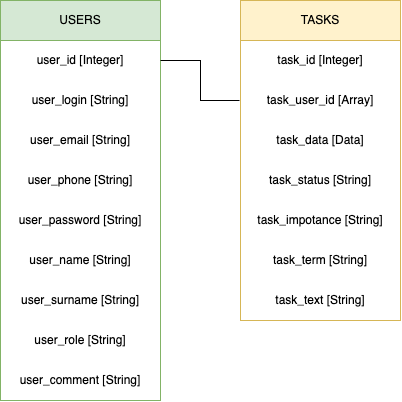
This is avito-crm.drawio.png from sasha-kolosov/avito-crm, a draw.io export, as it was before one commit. Source tidied: cells renumbered, new cells last; positions are measured from the earlier drawing's top-left corner, leaving out a move shared by most shapes.
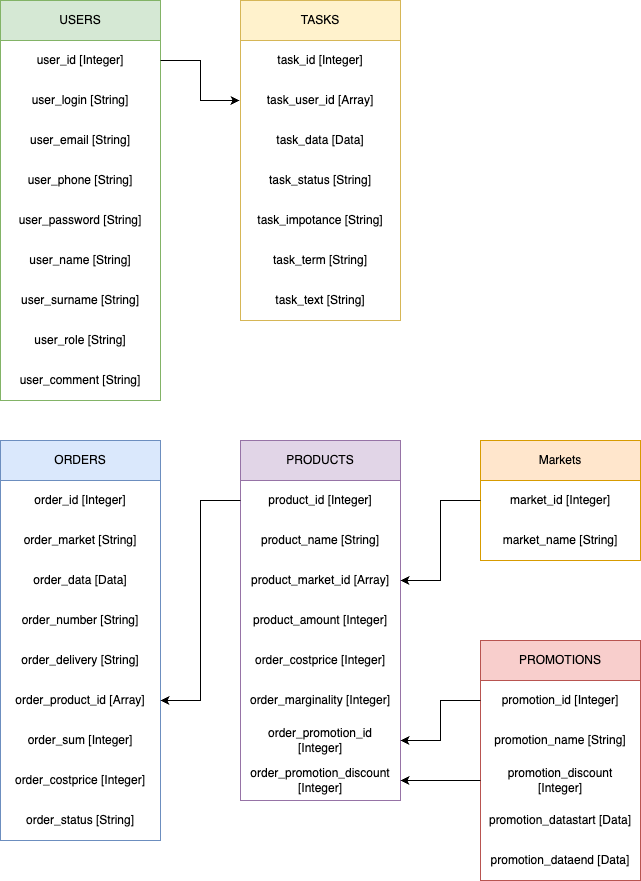
After the change.

Diff of the diagram source:
```diff
@@ -26,7 +26,7 @@
     <mxCell id="9" value="user_surname&amp;nbsp;[String]" style="text;strokeColor=none;fillColor=none;align=center;verticalAlign=middle;spacingLeft=4;spacingRight=4;overflow=hidden;whiteSpace=wrap;html=1;shadow=0;" parent="2" vertex="1">
       <mxGeometry y="280" width="160" height="40" as="geometry" />
     </mxCell>
-    <mxCell id="10" value="user_role&amp;nbsp;[String]" style="text;strokeColor=none;fillColor=none;align=center;verticalAlign=middle;spacingLeft=4;spacingRight=4;overflow=hidden;whiteSpace=wrap;html=1;shadow=0;" parent="2" vertex="1">
+    <mxCell id="10" value="user_role&amp;nbsp;[String&lt;span style=&quot;background-color: initial;&quot;&gt;]&lt;/span&gt;" style="text;strokeColor=none;fillColor=none;align=center;verticalAlign=middle;spacingLeft=4;spacingRight=4;overflow=hidden;whiteSpace=wrap;html=1;shadow=0;" parent="2" vertex="1">
       <mxGeometry y="320" width="160" height="40" as="geometry" />
     </mxCell>
     <mxCell id="11" value="user_comment [String]" style="text;strokeColor=none;fillColor=none;align=center;verticalAlign=middle;spacingLeft=4;spacingRight=4;overflow=hidden;whiteSpace=wrap;html=1;shadow=0;" parent="2" vertex="1">
@@ -56,13 +56,104 @@
     <mxCell id="19" value="task_text&amp;nbsp;[String]" style="text;strokeColor=none;fillColor=none;align=center;verticalAlign=middle;spacingLeft=4;spacingRight=4;overflow=hidden;whiteSpace=wrap;html=1;" parent="12" vertex="1">
       <mxGeometry y="280" width="160" height="40" as="geometry" />
     </mxCell>
+    <mxCell id="21" value="ORDERS" style="swimlane;fontStyle=0;horizontal=1;startSize=40;whiteSpace=wrap;html=1;fillColor=#dae8fc;strokeColor=#6c8ebf;" parent="1" vertex="1">
+      <mxGeometry y="440" width="160" height="400" as="geometry" />
+    </mxCell>
+    <mxCell id="22" value="order_id [Integer]" style="text;strokeColor=none;fillColor=none;align=center;verticalAlign=middle;spacingLeft=4;spacingRight=4;overflow=hidden;whiteSpace=wrap;html=1;" parent="21" vertex="1">
+      <mxGeometry y="40" width="160" height="40" as="geometry" />
+    </mxCell>
+    <mxCell id="23" value="order_market [String]" style="text;strokeColor=none;fillColor=none;align=center;verticalAlign=middle;spacingLeft=4;spacingRight=4;overflow=hidden;whiteSpace=wrap;html=1;" parent="21" vertex="1">
+      <mxGeometry y="80" width="160" height="40" as="geometry" />
+    </mxCell>
+    <mxCell id="24" value="order_data [Data]" style="text;strokeColor=none;fillColor=none;align=center;verticalAlign=middle;spacingLeft=4;spacingRight=4;overflow=hidden;whiteSpace=wrap;html=1;" parent="21" vertex="1">
+      <mxGeometry y="120" width="160" height="40" as="geometry" />
+    </mxCell>
+    <mxCell id="25" value="order_number&amp;nbsp;[String]" style="text;strokeColor=none;fillColor=none;align=center;verticalAlign=middle;spacingLeft=4;spacingRight=4;overflow=hidden;whiteSpace=wrap;html=1;" parent="21" vertex="1">
+      <mxGeometry y="160" width="160" height="40" as="geometry" />
+    </mxCell>
+    <mxCell id="26" value="order_delivery&amp;nbsp;[String]" style="text;strokeColor=none;fillColor=none;align=center;verticalAlign=middle;spacingLeft=4;spacingRight=4;overflow=hidden;whiteSpace=wrap;html=1;" parent="21" vertex="1">
+      <mxGeometry y="200" width="160" height="40" as="geometry" />
+    </mxCell>
+    <mxCell id="27" value="order_product_id [Array]" style="text;strokeColor=none;fillColor=none;align=center;verticalAlign=middle;spacingLeft=4;spacingRight=4;overflow=hidden;points=[[0,0.5],[1,0.5]];portConstraint=eastwest;whiteSpace=wrap;html=1;" parent="21" vertex="1">
+      <mxGeometry y="240" width="160" height="40" as="geometry" />
+    </mxCell>
+    <mxCell id="28" value="order_sum [Integer]" style="text;strokeColor=none;fillColor=none;align=center;verticalAlign=middle;spacingLeft=4;spacingRight=4;overflow=hidden;whiteSpace=wrap;html=1;" parent="21" vertex="1">
+      <mxGeometry y="280" width="160" height="40" as="geometry" />
+    </mxCell>
+    <mxCell id="29" value="order_costprice [Integer]" style="text;strokeColor=none;fillColor=none;align=center;verticalAlign=middle;spacingLeft=4;spacingRight=4;overflow=hidden;whiteSpace=wrap;html=1;" parent="21" vertex="1">
+      <mxGeometry y="320" width="160" height="40" as="geometry" />
+    </mxCell>
+    <mxCell id="30" value="order_status [String]" style="text;strokeColor=none;fillColor=none;align=center;verticalAlign=middle;spacingLeft=4;spacingRight=4;overflow=hidden;whiteSpace=wrap;html=1;" parent="21" vertex="1">
+      <mxGeometry y="360" width="160" height="40" as="geometry" />
+    </mxCell>
+    <mxCell id="31" value="PRODUCTS" style="swimlane;fontStyle=0;horizontal=1;startSize=40;whiteSpace=wrap;html=1;fillColor=#e1d5e7;strokeColor=#9673a6;" parent="1" vertex="1">
+      <mxGeometry x="240" y="440" width="160" height="360" as="geometry" />
+    </mxCell>
+    <mxCell id="32" value="product_id [Integer]" style="text;strokeColor=none;fillColor=none;align=center;verticalAlign=middle;spacingLeft=4;spacingRight=4;overflow=hidden;points=[[0,0.5],[1,0.5]];portConstraint=eastwest;whiteSpace=wrap;html=1;" parent="31" vertex="1">
+      <mxGeometry y="40" width="160" height="40" as="geometry" />
+    </mxCell>
+    <mxCell id="33" value="product_name [String]" style="text;strokeColor=none;fillColor=none;align=center;verticalAlign=middle;spacingLeft=4;spacingRight=4;overflow=hidden;whiteSpace=wrap;html=1;" parent="31" vertex="1">
+      <mxGeometry y="80" width="160" height="40" as="geometry" />
+    </mxCell>
+    <mxCell id="34" value="product_market_id [Array]" style="text;strokeColor=none;fillColor=none;align=center;verticalAlign=middle;spacingLeft=4;spacingRight=4;overflow=hidden;points=[[0,0.5],[1,0.5]];portConstraint=eastwest;whiteSpace=wrap;html=1;" parent="31" vertex="1">
+      <mxGeometry y="120" width="160" height="40" as="geometry" />
+    </mxCell>
+    <mxCell id="35" value="product_amount [Integer]" style="text;strokeColor=none;fillColor=none;align=center;verticalAlign=middle;spacingLeft=4;spacingRight=4;overflow=hidden;whiteSpace=wrap;html=1;" parent="31" vertex="1">
+      <mxGeometry y="160" width="160" height="40" as="geometry" />
+    </mxCell>
+    <mxCell id="36" value="order_costprice [Integer]" style="text;strokeColor=none;fillColor=none;align=center;verticalAlign=middle;spacingLeft=4;spacingRight=4;overflow=hidden;whiteSpace=wrap;html=1;" parent="31" vertex="1">
+      <mxGeometry y="200" width="160" height="40" as="geometry" />
+    </mxCell>
+    <mxCell id="37" value="order_marginality [Integer]" style="text;strokeColor=none;fillColor=none;align=center;verticalAlign=middle;spacingLeft=4;spacingRight=4;overflow=hidden;whiteSpace=wrap;html=1;" parent="31" vertex="1">
+      <mxGeometry y="240" width="160" height="40" as="geometry" />
+    </mxCell>
+    <mxCell id="38" value="order_promotion_id [Integer]" style="text;strokeColor=none;fillColor=none;align=center;verticalAlign=middle;spacingLeft=4;spacingRight=4;overflow=hidden;points=[[0,0.5],[1,0.5]];portConstraint=eastwest;whiteSpace=wrap;html=1;" parent="31" vertex="1">
+      <mxGeometry y="280" width="160" height="40" as="geometry" />
+    </mxCell>
+    <mxCell id="39" value="order_promotion_discount [Integer]" style="text;strokeColor=none;fillColor=none;align=center;verticalAlign=middle;spacingLeft=4;spacingRight=4;overflow=hidden;points=[[0,0.5],[1,0.5]];portConstraint=eastwest;whiteSpace=wrap;html=1;" parent="31" vertex="1">
+      <mxGeometry y="320" width="160" height="40" as="geometry" />
+    </mxCell>
+    <mxCell id="40" style="edgeStyle=orthogonalEdgeStyle;rounded=0;jettySize=auto;html=1;" parent="1" edge="1" source="32" target="27">
+      <mxGeometry relative="1" as="geometry" />
+    </mxCell>
-    <mxCell id="20" style="endArrow=none;html=1;rounded=0;exitX=1;exitY=0.5;exitDx=0;exitDy=0;entryX=0;entryY=0.5;entryDx=0;entryDy=0;" parent="1" edge="1" source="3" target="14">
-      <mxGeometry relative="1" as="geometry">
-        <Array as="points">
-          <mxPoint x="200" y="60" />
-          <mxPoint x="200" y="100" />
-        </Array>
-      </mxGeometry>
+    <mxCell id="20" style="edgeStyle=orthogonalEdgeStyle;rounded=0;jettySize=auto;html=1;" parent="1" edge="1" source="3" target="14">
+      <mxGeometry relative="1" as="geometry" />
     </mxCell>
+    <mxCell id="41" value="PROMOTIONS" style="swimlane;fontStyle=0;horizontal=1;startSize=40;whiteSpace=wrap;html=1;fillColor=#f8cecc;strokeColor=#b85450;" parent="1" vertex="1">
+      <mxGeometry x="480" y="640" width="160" height="240" as="geometry" />
+    </mxCell>
+    <mxCell id="42" value="promotion_id [Integer]" style="text;strokeColor=none;fillColor=none;align=center;verticalAlign=middle;spacingLeft=4;spacingRight=4;overflow=hidden;points=[[0,0.5],[1,0.5]];portConstraint=eastwest;whiteSpace=wrap;html=1;" parent="41" vertex="1">
+      <mxGeometry y="40" width="160" height="40" as="geometry" />
+    </mxCell>
+    <mxCell id="43" value="promotion_name [String]" style="text;strokeColor=none;fillColor=none;align=center;verticalAlign=middle;spacingLeft=4;spacingRight=4;overflow=hidden;whiteSpace=wrap;html=1;" parent="41" vertex="1">
+      <mxGeometry y="80" width="160" height="40" as="geometry" />
+    </mxCell>
+    <mxCell id="44" value="promotion_discount [Integer]" style="text;strokeColor=none;fillColor=none;align=center;verticalAlign=middle;spacingLeft=4;spacingRight=4;overflow=hidden;points=[[0,0.5],[1,0.5]];portConstraint=eastwest;whiteSpace=wrap;html=1;" parent="41" vertex="1">
+      <mxGeometry y="120" width="160" height="40" as="geometry" />
+    </mxCell>
+    <mxCell id="45" value="promotion_datastart [Data]" style="text;strokeColor=none;fillColor=none;align=center;verticalAlign=middle;spacingLeft=4;spacingRight=4;overflow=hidden;whiteSpace=wrap;html=1;" parent="41" vertex="1">
+      <mxGeometry y="160" width="160" height="40" as="geometry" />
+    </mxCell>
+    <mxCell id="46" value="promotion_dataend [Data]" style="text;strokeColor=none;fillColor=none;align=center;verticalAlign=middle;spacingLeft=4;spacingRight=4;overflow=hidden;whiteSpace=wrap;html=1;" parent="41" vertex="1">
+      <mxGeometry y="200" width="160" height="40" as="geometry" />
+    </mxCell>
+    <mxCell id="47" style="edgeStyle=orthogonalEdgeStyle;rounded=0;jettySize=auto;html=1;" parent="1" edge="1" source="42" target="38">
+      <mxGeometry relative="1" as="geometry" />
+    </mxCell>
+    <mxCell id="48" style="edgeStyle=orthogonalEdgeStyle;rounded=0;jettySize=auto;html=1;" parent="1" edge="1" source="44" target="39">
+      <mxGeometry relative="1" as="geometry" />
+    </mxCell>
+    <mxCell id="49" value="Markets" style="swimlane;fontStyle=0;horizontal=1;startSize=40;whiteSpace=wrap;html=1;fillColor=#ffe6cc;strokeColor=#d79b00;" parent="1" vertex="1">
+      <mxGeometry x="480" y="440" width="160" height="120" as="geometry" />
+    </mxCell>
+    <mxCell id="50" value="market_id [Integer]" style="text;strokeColor=none;fillColor=none;align=center;verticalAlign=middle;spacingLeft=4;spacingRight=4;overflow=hidden;points=[[0,0.5],[1,0.5]];portConstraint=eastwest;whiteSpace=wrap;html=1;" parent="49" vertex="1">
+      <mxGeometry y="40" width="160" height="40" as="geometry" />
+    </mxCell>
+    <mxCell id="51" value="market_name [String]" style="text;strokeColor=none;fillColor=none;align=center;verticalAlign=middle;spacingLeft=4;spacingRight=4;overflow=hidden;whiteSpace=wrap;html=1;" parent="49" vertex="1">
+      <mxGeometry y="80" width="160" height="40" as="geometry" />
+    </mxCell>
+    <mxCell id="52" style="edgeStyle=orthogonalEdgeStyle;rounded=0;jettySize=auto;html=1;" parent="1" edge="1" source="50" target="34">
+      <mxGeometry relative="1" as="geometry" />
+    </mxCell>
   </root>
 </mxGraphModel>
```
